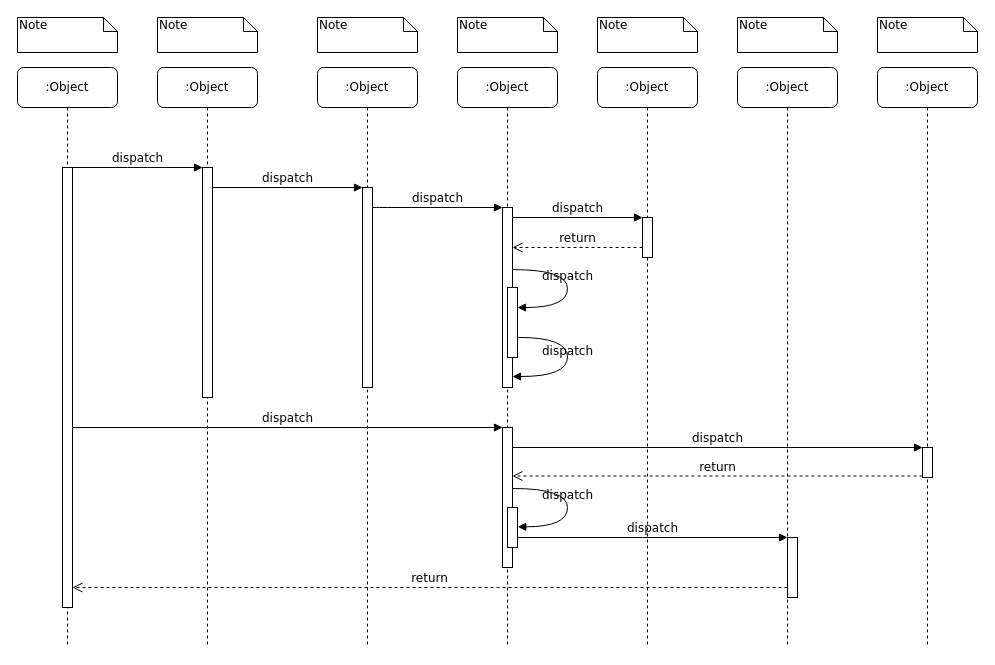
Above: Untitled Diagram.drawio in subing4438/proj (draw.io), before the change. Source tidied: cells renumbered, new cells numbered last; positions are measured from the earlier drawing's top-left corner, leaving out a move shared by most shapes. Both pictures are drawn from the tidied source at 100%, with x=0, y=0 at pixel (17, 17).
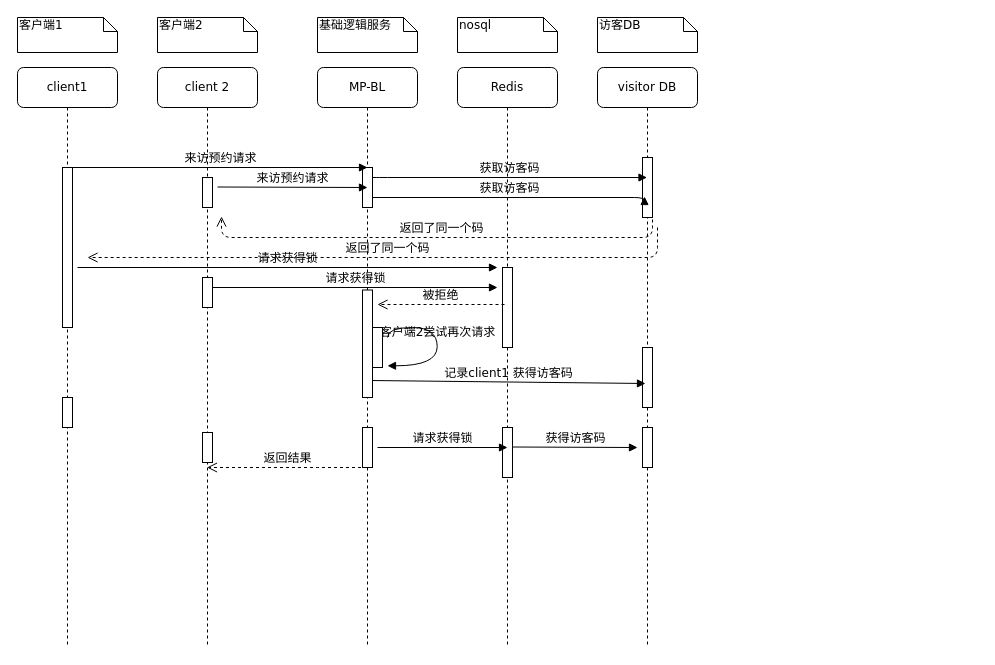
The same diagram, later.

The edit, as a diff of the source:
```diff
@@
-    <mxCell id="2" value=":Object" style="shape=umlLifeline;perimeter=lifelinePerimeter;whiteSpace=wrap;html=1;outlineConnect=0;rounded=1;shadow=0;comic=0;labelBackgroundColor=none;strokeWidth=1;fontFamily=Verdana;fontSize=12;align=center;" parent="1" vertex="1">
+    <mxCell id="2" value="client 2" style="shape=umlLifeline;perimeter=lifelinePerimeter;whiteSpace=wrap;html=1;outlineConnect=0;rounded=1;shadow=0;comic=0;labelBackgroundColor=none;strokeWidth=1;fontFamily=Verdana;fontSize=12;align=center;" parent="1" vertex="1">
       <mxGeometry x="140" y="50" width="100" height="580" as="geometry" />
     </mxCell>
     <mxCell id="3" style="html=1;points=[];perimeter=orthogonalPerimeter;rounded=0;shadow=0;comic=0;labelBackgroundColor=none;strokeWidth=1;fontFamily=Verdana;fontSize=12;align=center;" parent="2" vertex="1">
-      <mxGeometry x="45" y="100" width="10" height="230" as="geometry" />
+      <mxGeometry x="45" y="110" width="10" height="30" as="geometry" />
     </mxCell>
-    <mxCell id="4" value=":Object" style="shape=umlLifeline;perimeter=lifelinePerimeter;whiteSpace=wrap;html=1;outlineConnect=0;rounded=1;shadow=0;comic=0;labelBackgroundColor=none;strokeWidth=1;fontFamily=Verdana;fontSize=12;align=center;" parent="1" vertex="1">
+    <mxCell id="4" value="MP-BL" style="shape=umlLifeline;perimeter=lifelinePerimeter;whiteSpace=wrap;html=1;outlineConnect=0;rounded=1;shadow=0;comic=0;labelBackgroundColor=none;strokeWidth=1;fontFamily=Verdana;fontSize=12;align=center;" parent="1" vertex="1">
       <mxGeometry x="300" y="50" width="100" height="580" as="geometry" />
     </mxCell>
     <mxCell id="5" style="html=1;points=[];perimeter=orthogonalPerimeter;rounded=0;shadow=0;comic=0;labelBackgroundColor=none;strokeWidth=1;fontFamily=Verdana;fontSize=12;align=center;" parent="4" vertex="1">
-      <mxGeometry x="45" y="120" width="10" height="200" as="geometry" />
+      <mxGeometry x="45" y="100" width="10" height="40" as="geometry" />
     </mxCell>
-    <mxCell id="6" value=":Object" style="shape=umlLifeline;perimeter=lifelinePerimeter;whiteSpace=wrap;html=1;rounded=1;shadow=0;comic=0;labelBackgroundColor=none;strokeWidth=1;fontFamily=Verdana;fontSize=12;align=center;" parent="1" vertex="1">
+    <mxCell id="6" value="Redis" style="shape=umlLifeline;perimeter=lifelinePerimeter;whiteSpace=wrap;html=1;rounded=1;shadow=0;comic=0;labelBackgroundColor=none;strokeWidth=1;fontFamily=Verdana;fontSize=12;align=center;" parent="1" vertex="1">
       <mxGeometry x="440" y="50" width="100" height="580" as="geometry" />
     </mxCell>
-    <mxCell id="7" value=":Object" style="shape=umlLifeline;perimeter=lifelinePerimeter;whiteSpace=wrap;html=1;outlineConnect=0;rounded=1;shadow=0;comic=0;labelBackgroundColor=none;strokeWidth=1;fontFamily=Verdana;fontSize=12;align=center;" parent="1" vertex="1">
+    <mxCell id="7" value="visitor DB" style="shape=umlLifeline;perimeter=lifelinePerimeter;whiteSpace=wrap;html=1;outlineConnect=0;rounded=1;shadow=0;comic=0;labelBackgroundColor=none;strokeWidth=1;fontFamily=Verdana;fontSize=12;align=center;" parent="1" vertex="1">
       <mxGeometry x="580" y="50" width="100" height="580" as="geometry" />
     </mxCell>
-    <mxCell id="8" value=":Object" style="shape=umlLifeline;perimeter=lifelinePerimeter;whiteSpace=wrap;html=1;rounded=1;shadow=0;comic=0;labelBackgroundColor=none;strokeWidth=1;fontFamily=Verdana;fontSize=12;align=center;" parent="1" vertex="1">
-      <mxGeometry x="720" y="50" width="100" height="580" as="geometry" />
-    </mxCell>
-    <mxCell id="9" value=":Object" style="shape=umlLifeline;perimeter=lifelinePerimeter;whiteSpace=wrap;html=1;rounded=1;shadow=0;comic=0;labelBackgroundColor=none;strokeWidth=1;fontFamily=Verdana;fontSize=12;align=center;" parent="1" vertex="1">
-      <mxGeometry x="860" y="50" width="100" height="580" as="geometry" />
-    </mxCell>
-    <mxCell id="10" value=":Object" style="shape=umlLifeline;perimeter=lifelinePerimeter;whiteSpace=wrap;html=1;rounded=1;shadow=0;comic=0;labelBackgroundColor=none;strokeWidth=1;fontFamily=Verdana;fontSize=12;align=center;" parent="1" vertex="1">
+    <mxCell id="10" value="client1" style="shape=umlLifeline;perimeter=lifelinePerimeter;whiteSpace=wrap;html=1;rounded=1;shadow=0;comic=0;labelBackgroundColor=none;strokeWidth=1;fontFamily=Verdana;fontSize=12;align=center;" parent="1" vertex="1">
       <mxGeometry y="50" width="100" height="580" as="geometry" />
     </mxCell>
     <mxCell id="11" style="html=1;points=[];perimeter=orthogonalPerimeter;rounded=0;shadow=0;comic=0;labelBackgroundColor=none;strokeWidth=1;fontFamily=Verdana;fontSize=12;align=center;" parent="10" vertex="1">
-      <mxGeometry x="45" y="100" width="10" height="440" as="geometry" />
+      <mxGeometry x="45" y="100" width="10" height="160" as="geometry" />
     </mxCell>
-    <mxCell id="12" style="html=1;points=[];perimeter=orthogonalPerimeter;rounded=0;shadow=0;comic=0;labelBackgroundColor=none;strokeWidth=1;fontFamily=Verdana;fontSize=12;align=center;" parent="1" vertex="1">
-      <mxGeometry x="485" y="190" width="10" height="180" as="geometry" />
-    </mxCell>
-    <mxCell id="13" value="dispatch" style="html=1;verticalAlign=bottom;endArrow=block;labelBackgroundColor=none;fontFamily=Verdana;fontSize=12;edgeStyle=elbowEdgeStyle;elbow=vertical;" parent="1" edge="1" source="5" target="12">
-      <mxGeometry relative="1" as="geometry">
-        <Array as="points">
-          <mxPoint x="360" y="190" />
-        </Array>
-      </mxGeometry>
-    </mxCell>
     <mxCell id="14" style="html=1;points=[];perimeter=orthogonalPerimeter;rounded=0;shadow=0;comic=0;labelBackgroundColor=none;strokeWidth=1;fontFamily=Verdana;fontSize=12;align=center;" parent="1" vertex="1">
-      <mxGeometry x="625" y="200" width="10" height="40" as="geometry" />
+      <mxGeometry x="625" y="140" width="10" height="60" as="geometry" />
     </mxCell>
-    <mxCell id="15" value="dispatch" style="html=1;verticalAlign=bottom;endArrow=block;entryX=0;entryY=0;labelBackgroundColor=none;fontFamily=Verdana;fontSize=12;edgeStyle=elbowEdgeStyle;elbow=vertical;" parent="1" edge="1" source="12" target="14">
-      <mxGeometry relative="1" as="geometry" />
-    </mxCell>
-    <mxCell id="16" value="return" style="html=1;verticalAlign=bottom;endArrow=open;dashed=1;endSize=8;labelBackgroundColor=none;fontFamily=Verdana;fontSize=12;edgeStyle=elbowEdgeStyle;elbow=vertical;" parent="1" edge="1" source="14" target="12">
-      <mxGeometry relative="1" as="geometry">
-        <Array as="points">
-          <mxPoint x="570" y="230" />
-          <mxPoint x="600" y="230" />
-        </Array>
-      </mxGeometry>
-    </mxCell>
-    <mxCell id="17" style="html=1;points=[];perimeter=orthogonalPerimeter;rounded=0;shadow=0;comic=0;labelBackgroundColor=none;strokeWidth=1;fontFamily=Verdana;fontSize=12;align=center;" parent="1" vertex="1">
-      <mxGeometry x="485" y="410" width="10" height="140" as="geometry" />
-    </mxCell>
-    <mxCell id="18" value="dispatch" style="html=1;verticalAlign=bottom;endArrow=block;entryX=0;entryY=0;labelBackgroundColor=none;fontFamily=Verdana;fontSize=12;" parent="1" edge="1" source="11" target="17">
-      <mxGeometry relative="1" as="geometry" />
-    </mxCell>
-    <mxCell id="19" style="html=1;points=[];perimeter=orthogonalPerimeter;rounded=0;shadow=0;comic=0;labelBackgroundColor=none;strokeColor=#000000;strokeWidth=1;fillColor=#FFFFFF;fontFamily=Verdana;fontSize=12;fontColor=#000000;align=center;" parent="1" vertex="1">
-      <mxGeometry x="905" y="430" width="10" height="30" as="geometry" />
-    </mxCell>
-    <mxCell id="20" value="dispatch" style="html=1;verticalAlign=bottom;endArrow=block;entryX=0;entryY=0;labelBackgroundColor=none;fontFamily=Verdana;fontSize=12;" parent="1" edge="1" source="17" target="19">
-      <mxGeometry relative="1" as="geometry" />
-    </mxCell>
-    <mxCell id="21" value="return" style="html=1;verticalAlign=bottom;endArrow=open;dashed=1;endSize=8;exitX=0;exitY=0.95;labelBackgroundColor=none;fontFamily=Verdana;fontSize=12;" parent="1" edge="1" source="19" target="17">
-      <mxGeometry relative="1" as="geometry" />
-    </mxCell>
-    <mxCell id="22" style="html=1;points=[];perimeter=orthogonalPerimeter;rounded=0;shadow=0;comic=0;labelBackgroundColor=none;strokeWidth=1;fontFamily=Verdana;fontSize=12;align=center;" parent="1" vertex="1">
-      <mxGeometry x="770" y="520" width="10" height="60" as="geometry" />
-    </mxCell>
-    <mxCell id="23" value="dispatch" style="html=1;verticalAlign=bottom;endArrow=block;entryX=0;entryY=0;labelBackgroundColor=none;fontFamily=Verdana;fontSize=12;edgeStyle=elbowEdgeStyle;elbow=vertical;" parent="1" edge="1" source="30" target="22">
-      <mxGeometry relative="1" as="geometry" />
-    </mxCell>
-    <mxCell id="24" value="return" style="html=1;verticalAlign=bottom;endArrow=open;dashed=1;endSize=8;labelBackgroundColor=none;fontFamily=Verdana;fontSize=12;edgeStyle=elbowEdgeStyle;elbow=vertical;" parent="1" edge="1" source="22" target="11">
-      <mxGeometry relative="1" as="geometry">
-        <Array as="points">
-          <mxPoint x="470" y="570" />
-        </Array>
-      </mxGeometry>
-    </mxCell>
-    <mxCell id="25" value="dispatch" style="html=1;verticalAlign=bottom;endArrow=block;entryX=0;entryY=0;labelBackgroundColor=none;fontFamily=Verdana;fontSize=12;edgeStyle=elbowEdgeStyle;elbow=vertical;" parent="1" edge="1" source="11" target="3">
-      <mxGeometry relative="1" as="geometry" />
+    <mxCell id="25" value="来访预约请求" style="html=1;verticalAlign=bottom;endArrow=block;labelBackgroundColor=none;fontFamily=Verdana;fontSize=12;edgeStyle=elbowEdgeStyle;elbow=horizontal;" parent="1" edge="1" source="11">
+      <mxGeometry relative="1" as="geometry">
+        <mxPoint x="350" y="150" as="targetPoint" />
+        <Array as="points">
+          <mxPoint x="350" y="150" />
+        </Array>
+      </mxGeometry>
     </mxCell>
-    <mxCell id="26" value="dispatch" style="html=1;verticalAlign=bottom;endArrow=block;entryX=0;entryY=0;labelBackgroundColor=none;fontFamily=Verdana;fontSize=12;edgeStyle=elbowEdgeStyle;elbow=vertical;" parent="1" edge="1" source="3" target="5">
-      <mxGeometry relative="1" as="geometry" />
-    </mxCell>
     <mxCell id="27" style="html=1;points=[];perimeter=orthogonalPerimeter;rounded=0;shadow=0;comic=0;labelBackgroundColor=none;strokeWidth=1;fontFamily=Verdana;fontSize=12;align=center;" parent="1" vertex="1">
-      <mxGeometry x="490" y="270" width="10" height="70" as="geometry" />
+      <mxGeometry x="485" y="250" width="10" height="80" as="geometry" />
     </mxCell>
-    <mxCell id="28" value="dispatch" style="html=1;verticalAlign=bottom;endArrow=block;labelBackgroundColor=none;fontFamily=Verdana;fontSize=12;elbow=vertical;edgeStyle=orthogonalEdgeStyle;curved=1;entryX=1;entryY=0.286;entryPerimeter=0;exitX=1.038;exitY=0.345;exitPerimeter=0;" parent="1" edge="1" source="12" target="27">
-      <mxGeometry relative="1" as="geometry">
-        <Array as="points">
-          <mxPoint x="550" y="252" />
-          <mxPoint x="550" y="290" />
-        </Array>
-      </mxGeometry>
-    </mxCell>
-    <mxCell id="29" value="dispatch" style="html=1;verticalAlign=bottom;endArrow=block;labelBackgroundColor=none;fontFamily=Verdana;fontSize=12;elbow=vertical;edgeStyle=orthogonalEdgeStyle;curved=1;exitX=1.066;exitY=0.713;exitPerimeter=0;" parent="1" edge="1" source="27">
-      <mxGeometry relative="1" as="geometry">
-        <mxPoint x="495" y="359" as="targetPoint" />
-        <Array as="points">
-          <mxPoint x="550" y="320" />
-          <mxPoint x="550" y="359" />
-        </Array>
-      </mxGeometry>
-    </mxCell>
-    <mxCell id="30" style="html=1;points=[];perimeter=orthogonalPerimeter;rounded=0;shadow=0;comic=0;labelBackgroundColor=none;strokeWidth=1;fontFamily=Verdana;fontSize=12;align=center;" parent="1" vertex="1">
-      <mxGeometry x="490" y="490" width="10" height="40" as="geometry" />
-    </mxCell>
-    <mxCell id="31" value="dispatch" style="html=1;verticalAlign=bottom;endArrow=block;labelBackgroundColor=none;fontFamily=Verdana;fontSize=12;elbow=vertical;edgeStyle=orthogonalEdgeStyle;curved=1;entryX=1;entryY=0.286;entryPerimeter=0;exitX=1.038;exitY=0.345;exitPerimeter=0;" parent="1" edge="1">
+    <mxCell id="31" value="客户端2尝试再次请求" style="html=1;verticalAlign=bottom;endArrow=block;labelBackgroundColor=none;fontFamily=Verdana;fontSize=12;elbow=vertical;edgeStyle=orthogonalEdgeStyle;curved=1;entryX=1;entryY=0.286;entryPerimeter=0;" parent="1" edge="1">
       <mxGeometry relative="1" as="geometry">
-        <mxPoint x="495.3" y="471" as="sourcePoint" />
-        <mxPoint x="500.3" y="509.3" as="targetPoint" />
+        <mxPoint x="370" y="320" as="sourcePoint" />
+        <mxPoint x="370" y="348.3" as="targetPoint" />
         <Array as="points">
-          <mxPoint x="550" y="471" />
-          <mxPoint x="550" y="509" />
+          <mxPoint x="419.7" y="310" />
+          <mxPoint x="419.7" y="348" />
         </Array>
       </mxGeometry>
     </mxCell>
-    <mxCell id="32" value="Note" style="shape=note;whiteSpace=wrap;html=1;size=14;verticalAlign=top;align=left;spacingTop=-6;rounded=0;shadow=0;comic=0;labelBackgroundColor=none;strokeWidth=1;fontFamily=Verdana;fontSize=12;" parent="1" vertex="1">
+    <mxCell id="32" value="客户端1" style="shape=note;whiteSpace=wrap;html=1;size=14;verticalAlign=top;align=left;spacingTop=-6;rounded=0;shadow=0;comic=0;labelBackgroundColor=none;strokeWidth=1;fontFamily=Verdana;fontSize=12;" parent="1" vertex="1">
       <mxGeometry width="100" height="35" as="geometry" />
     </mxCell>
-    <mxCell id="33" value="Note" style="shape=note;whiteSpace=wrap;html=1;size=14;verticalAlign=top;align=left;spacingTop=-6;rounded=0;shadow=0;comic=0;labelBackgroundColor=none;strokeWidth=1;fontFamily=Verdana;fontSize=12;" parent="1" vertex="1">
+    <mxCell id="33" value="客户端2" style="shape=note;whiteSpace=wrap;html=1;size=14;verticalAlign=top;align=left;spacingTop=-6;rounded=0;shadow=0;comic=0;labelBackgroundColor=none;strokeWidth=1;fontFamily=Verdana;fontSize=12;" parent="1" vertex="1">
       <mxGeometry x="140" width="100" height="35" as="geometry" />
     </mxCell>
-    <mxCell id="34" value="Note" style="shape=note;whiteSpace=wrap;html=1;size=14;verticalAlign=top;align=left;spacingTop=-6;rounded=0;shadow=0;comic=0;labelBackgroundColor=none;strokeWidth=1;fontFamily=Verdana;fontSize=12;" parent="1" vertex="1">
+    <mxCell id="34" value="基础逻辑服务" style="shape=note;whiteSpace=wrap;html=1;size=14;verticalAlign=top;align=left;spacingTop=-6;rounded=0;shadow=0;comic=0;labelBackgroundColor=none;strokeWidth=1;fontFamily=Verdana;fontSize=12;" parent="1" vertex="1">
       <mxGeometry x="300" width="100" height="35" as="geometry" />
     </mxCell>
-    <mxCell id="35" value="Note" style="shape=note;whiteSpace=wrap;html=1;size=14;verticalAlign=top;align=left;spacingTop=-6;rounded=0;shadow=0;comic=0;labelBackgroundColor=none;strokeWidth=1;fontFamily=Verdana;fontSize=12;" parent="1" vertex="1">
+    <mxCell id="35" value="nosql" style="shape=note;whiteSpace=wrap;html=1;size=14;verticalAlign=top;align=left;spacingTop=-6;rounded=0;shadow=0;comic=0;labelBackgroundColor=none;strokeWidth=1;fontFamily=Verdana;fontSize=12;" parent="1" vertex="1">
       <mxGeometry x="440" width="100" height="35" as="geometry" />
     </mxCell>
-    <mxCell id="36" value="Note" style="shape=note;whiteSpace=wrap;html=1;size=14;verticalAlign=top;align=left;spacingTop=-6;rounded=0;shadow=0;comic=0;labelBackgroundColor=none;strokeWidth=1;fontFamily=Verdana;fontSize=12;" parent="1" vertex="1">
+    <mxCell id="36" value="访客DB" style="shape=note;whiteSpace=wrap;html=1;size=14;verticalAlign=top;align=left;spacingTop=-6;rounded=0;shadow=0;comic=0;labelBackgroundColor=none;strokeWidth=1;fontFamily=Verdana;fontSize=12;" parent="1" vertex="1">
       <mxGeometry x="580" width="100" height="35" as="geometry" />
     </mxCell>
-    <mxCell id="37" value="Note" style="shape=note;whiteSpace=wrap;html=1;size=14;verticalAlign=top;align=left;spacingTop=-6;rounded=0;shadow=0;comic=0;labelBackgroundColor=none;strokeWidth=1;fontFamily=Verdana;fontSize=12;" parent="1" vertex="1">
-      <mxGeometry x="720" width="100" height="35" as="geometry" />
-    </mxCell>
-    <mxCell id="38" value="Note" style="shape=note;whiteSpace=wrap;html=1;size=14;verticalAlign=top;align=left;spacingTop=-6;rounded=0;shadow=0;comic=0;labelBackgroundColor=none;strokeWidth=1;fontFamily=Verdana;fontSize=12;" parent="1" vertex="1">
-      <mxGeometry x="860" width="100" height="35" as="geometry" />
-    </mxCell>
+    <mxCell id="39" value="获取访客码" style="html=1;verticalAlign=bottom;endArrow=block;labelBackgroundColor=none;fontFamily=Verdana;fontSize=12;edgeStyle=elbowEdgeStyle;elbow=vertical;" parent="1" edge="1" target="7">
+      <mxGeometry relative="1" as="geometry">
+        <mxPoint x="355" y="160" as="sourcePoint" />
+        <Array as="points">
+          <mxPoint x="360" y="160" />
+        </Array>
+      </mxGeometry>
+    </mxCell>
+    <mxCell id="40" value="获取访客码" style="html=1;verticalAlign=bottom;endArrow=block;labelBackgroundColor=none;fontFamily=Verdana;fontSize=12;edgeStyle=elbowEdgeStyle;elbow=vertical;entryX=0.2;entryY=0.65;entryDx=0;entryDy=0;entryPerimeter=0;" parent="1" edge="1" target="14">
+      <mxGeometry relative="1" as="geometry">
+        <mxPoint x="355" y="180" as="sourcePoint" />
+        <Array as="points">
+          <mxPoint x="360" y="180" />
+        </Array>
+      </mxGeometry>
+    </mxCell>
+    <mxCell id="41" value="来访预约请求" style="html=1;verticalAlign=bottom;endArrow=block;labelBackgroundColor=none;fontFamily=Verdana;fontSize=12;edgeStyle=elbowEdgeStyle;elbow=vertical;" parent="1" edge="1">
+      <mxGeometry relative="1" as="geometry">
+        <mxPoint x="200" y="169.5" as="sourcePoint" />
+        <mxPoint x="350" y="170" as="targetPoint" />
+      </mxGeometry>
+    </mxCell>
+    <mxCell id="42" value="返回结果" style="html=1;verticalAlign=bottom;endArrow=open;dashed=1;endSize=8;labelBackgroundColor=none;fontFamily=Verdana;fontSize=12;edgeStyle=elbowEdgeStyle;elbow=vertical;" parent="1" edge="1" source="4" target="2">
+      <mxGeometry relative="1" as="geometry">
+        <Array as="points">
+          <mxPoint x="290" y="450" />
+          <mxPoint x="330" y="450" />
+          <mxPoint x="565" y="210" />
+          <mxPoint x="595" y="210" />
+        </Array>
+      </mxGeometry>
+    </mxCell>
+    <mxCell id="43" value="请求获得锁" style="html=1;verticalAlign=bottom;endArrow=block;labelBackgroundColor=none;fontFamily=Verdana;fontSize=12;" parent="1" edge="1">
+      <mxGeometry relative="1" as="geometry">
+        <mxPoint x="60" y="250" as="sourcePoint" />
+        <mxPoint x="480" y="250" as="targetPoint" />
+      </mxGeometry>
+    </mxCell>
+    <mxCell id="44" style="html=1;perimeter=orthogonalPerimeter;rounded=0;shadow=0;comic=0;labelBackgroundColor=none;strokeWidth=1;fontFamily=Verdana;fontSize=12;align=center;" parent="1" vertex="1">
+      <mxGeometry x="185" y="260" width="10" height="30" as="geometry" />
+    </mxCell>
+    <mxCell id="45" value="请求获得锁" style="html=1;verticalAlign=bottom;endArrow=block;labelBackgroundColor=none;fontFamily=Verdana;fontSize=12;" parent="1" edge="1">
+      <mxGeometry relative="1" as="geometry">
+        <mxPoint x="195" y="270" as="sourcePoint" />
+        <mxPoint x="480" y="270" as="targetPoint" />
+      </mxGeometry>
+    </mxCell>
+    <mxCell id="46" value="被拒绝" style="html=1;verticalAlign=bottom;endArrow=open;dashed=1;endSize=8;labelBackgroundColor=none;fontFamily=Verdana;fontSize=12;" parent="1" edge="1">
+      <mxGeometry relative="1" as="geometry">
+        <mxPoint x="487" y="287" as="sourcePoint" />
+        <mxPoint x="360" y="287" as="targetPoint" />
+      </mxGeometry>
+    </mxCell>
+    <mxCell id="47" style="html=1;perimeter=orthogonalPerimeter;rounded=0;shadow=0;comic=0;labelBackgroundColor=none;strokeWidth=1;fontFamily=Verdana;fontSize=12;align=center;" parent="1" vertex="1">
+      <mxGeometry x="45" y="380" width="10" height="30" as="geometry" />
+    </mxCell>
+    <mxCell id="48" style="html=1;points=[];perimeter=orthogonalPerimeter;rounded=0;shadow=0;comic=0;labelBackgroundColor=none;strokeWidth=1;fontFamily=Verdana;fontSize=12;align=center;" parent="1" vertex="1">
+      <mxGeometry x="625" y="330" width="10" height="60" as="geometry" />
+    </mxCell>
+    <mxCell id="49" style="html=1;perimeter=orthogonalPerimeter;rounded=0;shadow=0;comic=0;labelBackgroundColor=none;strokeWidth=1;fontFamily=Verdana;fontSize=12;align=center;" parent="1" vertex="1">
+      <mxGeometry x="345" y="410" width="10" height="40" as="geometry" />
+    </mxCell>
+    <mxCell id="50" value="记录client1 获得访客码" style="html=1;verticalAlign=bottom;endArrow=block;labelBackgroundColor=none;fontFamily=Verdana;fontSize=12;entryX=0.3;entryY=0.6;entryDx=0;entryDy=0;entryPerimeter=0;exitX=0.8;exitY=0.842;exitDx=0;exitDy=0;exitPerimeter=0;" parent="1" edge="1" source="51" target="48">
+      <mxGeometry relative="1" as="geometry" />
+    </mxCell>
+    <mxCell id="51" style="html=1;points=[];perimeter=orthogonalPerimeter;rounded=0;shadow=0;comic=0;labelBackgroundColor=none;strokeWidth=1;fontFamily=Verdana;fontSize=12;align=center;" parent="1" vertex="1">
+      <mxGeometry x="345" y="272.5" width="10" height="107.5" as="geometry" />
+    </mxCell>
+    <mxCell id="52" style="html=1;perimeter=orthogonalPerimeter;rounded=0;shadow=0;comic=0;labelBackgroundColor=none;strokeWidth=1;fontFamily=Verdana;fontSize=12;align=center;" parent="1" vertex="1">
+      <mxGeometry x="355" y="310" width="10" height="40" as="geometry" />
+    </mxCell>
+    <mxCell id="53" style="html=1;perimeter=orthogonalPerimeter;rounded=0;shadow=0;comic=0;labelBackgroundColor=none;strokeWidth=1;fontFamily=Verdana;fontSize=12;align=center;" parent="1" vertex="1">
+      <mxGeometry x="485" y="410" width="10" height="50" as="geometry" />
+    </mxCell>
+    <mxCell id="54" value="请求获得锁" style="html=1;verticalAlign=bottom;endArrow=block;labelBackgroundColor=none;fontFamily=Verdana;fontSize=12;" parent="1" edge="1">
+      <mxGeometry relative="1" as="geometry">
+        <mxPoint x="360" y="430" as="sourcePoint" />
+        <mxPoint x="490" y="430" as="targetPoint" />
+      </mxGeometry>
+    </mxCell>
+    <mxCell id="55" style="html=1;perimeter=orthogonalPerimeter;rounded=0;shadow=0;comic=0;labelBackgroundColor=none;strokeWidth=1;fontFamily=Verdana;fontSize=12;align=center;" parent="1" vertex="1">
+      <mxGeometry x="625" y="410" width="10" height="40" as="geometry" />
+    </mxCell>
+    <mxCell id="56" value="获得访客码" style="html=1;verticalAlign=bottom;endArrow=block;labelBackgroundColor=none;fontFamily=Verdana;fontSize=12;" parent="1" edge="1">
+      <mxGeometry relative="1" as="geometry">
+        <mxPoint x="495" y="429.5" as="sourcePoint" />
+        <mxPoint x="620" y="430" as="targetPoint" />
+      </mxGeometry>
+    </mxCell>
+    <mxCell id="57" value="返回了同一个码" style="html=1;verticalAlign=bottom;endArrow=open;dashed=1;endSize=8;labelBackgroundColor=none;fontFamily=Verdana;fontSize=12;edgeStyle=elbowEdgeStyle;elbow=vertical;" parent="1" edge="1">
+      <mxGeometry relative="1" as="geometry">
+        <mxPoint x="640" y="210" as="sourcePoint" />
+        <mxPoint x="70" y="240" as="targetPoint" />
+        <Array as="points">
+          <mxPoint x="580" y="240" />
+          <mxPoint x="610" y="240" />
+        </Array>
+      </mxGeometry>
+    </mxCell>
+    <mxCell id="58" style="html=1;perimeter=orthogonalPerimeter;rounded=0;shadow=0;comic=0;labelBackgroundColor=none;strokeWidth=1;fontFamily=Verdana;fontSize=12;align=center;" parent="1" vertex="1">
+      <mxGeometry x="185" y="415" width="10" height="30" as="geometry" />
+    </mxCell>
+    <mxCell id="59" value="返回了同一个码" style="html=1;verticalAlign=bottom;endArrow=open;dashed=1;endSize=8;labelBackgroundColor=none;fontFamily=Verdana;fontSize=12;edgeStyle=elbowEdgeStyle;elbow=vertical;entryX=0.9;entryY=0.967;entryDx=0;entryDy=0;entryPerimeter=0;" parent="1" edge="1">
+      <mxGeometry relative="1" as="geometry">
+        <mxPoint x="635" y="190" as="sourcePoint" />
+        <mxPoint x="204" y="199" as="targetPoint" />
+        <Array as="points">
+          <mxPoint x="575" y="220" />
+          <mxPoint x="605" y="220" />
+        </Array>
+      </mxGeometry>
+    </mxCell>
```
